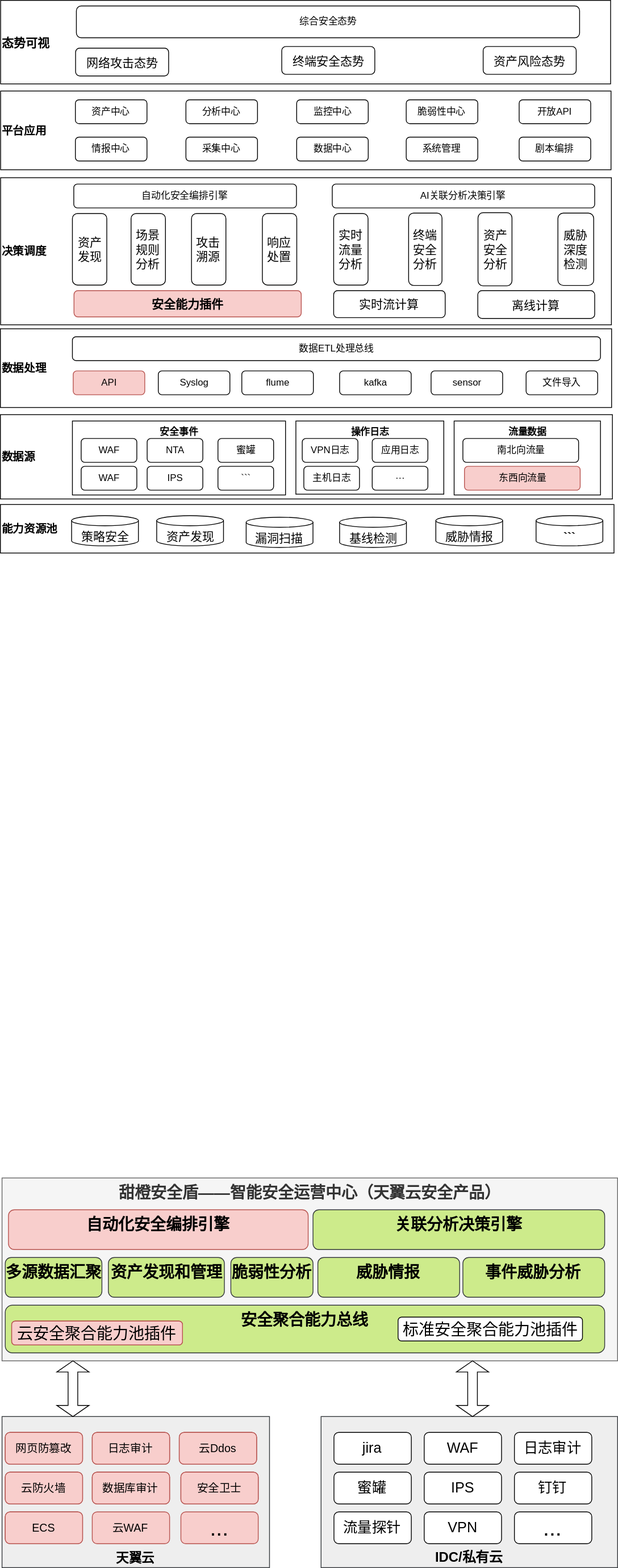
This is 安全大脑二期模块图.svg from liujianqun/draw, a draw.io export, as it was before one commit. Source tidied: cells renumbered, new cells last; positions are measured from the earlier drawing's top-left corner, leaving out a move shared by most shapes.
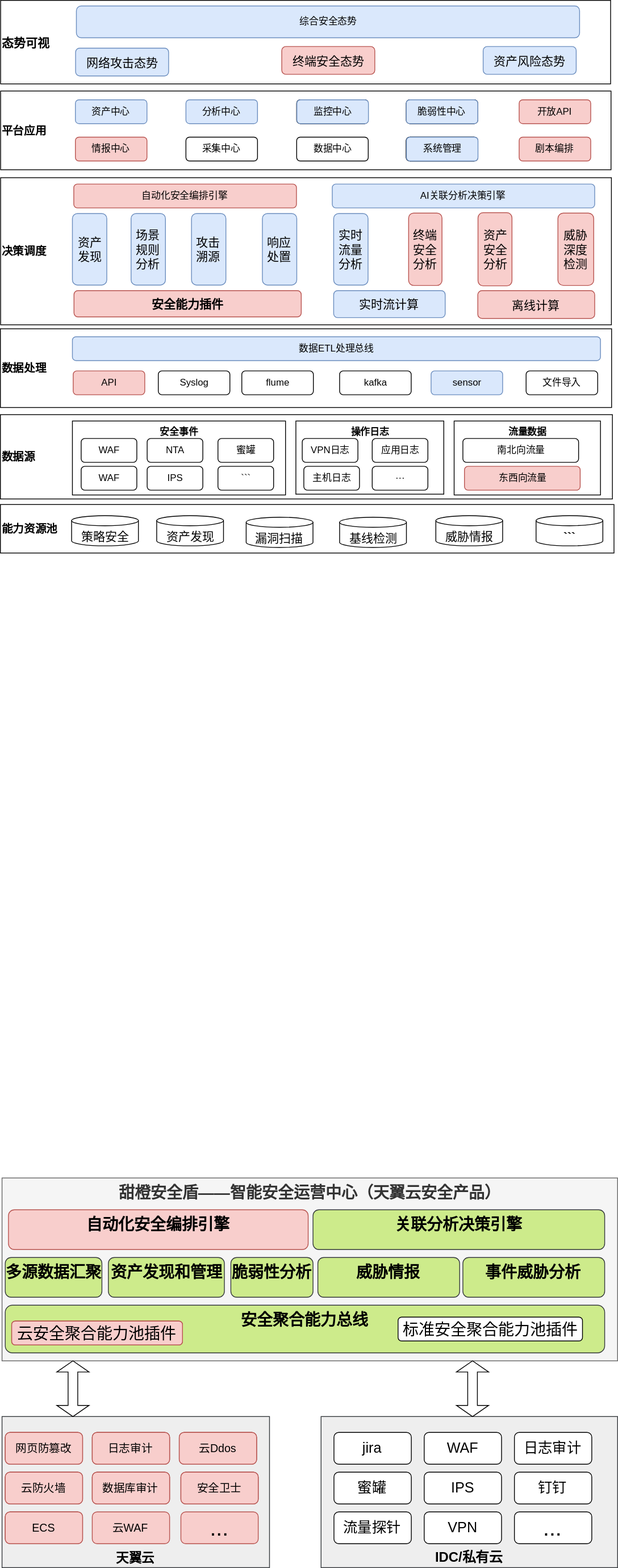
The same diagram one commit later.

Commit message:
Update 安全大脑二期模块图.svg

What changed in the source:
```diff
@@ -32,7 +32,7 @@
     <mxCell id="11" value="kafka" style="rounded=1;whiteSpace=wrap;html=1;align=center;" parent="1" vertex="1">
       <mxGeometry x="426.5" y="466" width="90" height="30" as="geometry" />
     </mxCell>
-    <mxCell id="12" value="sensor" style="rounded=1;whiteSpace=wrap;html=1;align=center;" parent="1" vertex="1">
+    <mxCell id="12" value="sensor" style="rounded=1;whiteSpace=wrap;html=1;align=center;fillColor=#dae8fc;strokeColor=#6c8ebf;" parent="1" vertex="1">
       <mxGeometry x="541.5" y="466" width="90" height="30" as="geometry" />
     </mxCell>
     <mxCell id="13" value="文件导入" style="rounded=1;whiteSpace=wrap;html=1;align=center;" parent="1" vertex="1">
@@ -230,64 +230,64 @@
     <mxCell id="77" value="东西向流量" style="rounded=1;whiteSpace=wrap;html=1;fillColor=#f8cecc;strokeColor=#b85450;" parent="1" vertex="1">
       <mxGeometry x="583.5" y="586" width="145.5" height="30" as="geometry" />
     </mxCell>
-    <mxCell id="78" value="数据ETL处理总线" style="rounded=1;whiteSpace=wrap;html=1;align=center;" parent="1" vertex="1">
+    <mxCell id="78" value="数据ETL处理总线" style="rounded=1;whiteSpace=wrap;html=1;align=center;fillColor=#dae8fc;strokeColor=#6c8ebf;" parent="1" vertex="1">
       <mxGeometry x="90.5" y="423" width="664" height="30" as="geometry" />
     </mxCell>
-    <mxCell id="79" value="自动化安全编排引擎" style="rounded=1;whiteSpace=wrap;html=1;align=center;" parent="1" vertex="1">
+    <mxCell id="79" value="自动化安全编排引擎" style="rounded=1;whiteSpace=wrap;html=1;align=center;fillColor=#f8cecc;strokeColor=#b85450;" parent="1" vertex="1">
       <mxGeometry x="92.2" y="231" width="280" height="30" as="geometry" />
     </mxCell>
-    <mxCell id="80" value="AI关联分析决策引擎" style="rounded=1;whiteSpace=wrap;html=1;align=center;" parent="1" vertex="1">
+    <mxCell id="80" value="AI关联分析决策引擎" style="rounded=1;whiteSpace=wrap;html=1;align=center;fillColor=#dae8fc;strokeColor=#6c8ebf;" parent="1" vertex="1">
       <mxGeometry x="417.2" y="231" width="330" height="30" as="geometry" />
     </mxCell>
-    <mxCell id="81" value="实时流量分析" style="rounded=1;whiteSpace=wrap;html=1;strokeWidth=1;fontSize=15;" parent="1" vertex="1">
+    <mxCell id="81" value="实时流量分析" style="rounded=1;whiteSpace=wrap;html=1;strokeWidth=1;fontSize=15;fillColor=#dae8fc;strokeColor=#6c8ebf;" parent="1" vertex="1">
       <mxGeometry x="419" y="268" width="43.2" height="90" as="geometry" />
     </mxCell>
-    <mxCell id="82" value="终端安全分析" style="rounded=1;whiteSpace=wrap;html=1;strokeWidth=1;fontSize=15;" parent="1" vertex="1">
+    <mxCell id="82" value="终端安全分析" style="rounded=1;whiteSpace=wrap;html=1;strokeWidth=1;fontSize=15;fillColor=#f8cecc;strokeColor=#b85450;" parent="1" vertex="1">
       <mxGeometry x="513.2" y="267.5" width="42" height="91" as="geometry" />
     </mxCell>
-    <mxCell id="83" value="威胁深度检测" style="rounded=1;whiteSpace=wrap;html=1;strokeWidth=1;fontSize=15;" parent="1" vertex="1">
+    <mxCell id="83" value="威胁深度检测" style="rounded=1;whiteSpace=wrap;html=1;strokeWidth=1;fontSize=15;fillColor=#f8cecc;strokeColor=#b85450;" parent="1" vertex="1">
       <mxGeometry x="701" y="267.5" width="45" height="91" as="geometry" />
     </mxCell>
-    <mxCell id="84" value="资产安全分析" style="rounded=1;whiteSpace=wrap;html=1;strokeWidth=1;fontSize=15;" parent="1" vertex="1">
+    <mxCell id="84" value="资产安全分析" style="rounded=1;whiteSpace=wrap;html=1;strokeWidth=1;fontSize=15;fillColor=#f8cecc;strokeColor=#b85450;" parent="1" vertex="1">
       <mxGeometry x="600.5" y="267" width="42.8" height="92" as="geometry" />
     </mxCell>
-    <mxCell id="85" value="实时流计算" style="rounded=1;whiteSpace=wrap;html=1;strokeWidth=1;fontSize=15;" parent="1" vertex="1">
+    <mxCell id="85" value="实时流计算" style="rounded=1;whiteSpace=wrap;html=1;strokeWidth=1;fontSize=15;fillColor=#dae8fc;strokeColor=#6c8ebf;" parent="1" vertex="1">
       <mxGeometry x="419" y="365" width="140.2" height="34" as="geometry" />
     </mxCell>
-    <mxCell id="86" value="离线计算" style="rounded=1;whiteSpace=wrap;html=1;strokeWidth=1;fontSize=15;" parent="1" vertex="1">
+    <mxCell id="86" value="离线计算" style="rounded=1;whiteSpace=wrap;html=1;strokeWidth=1;fontSize=15;fillColor=#f8cecc;strokeColor=#b85450;" parent="1" vertex="1">
       <mxGeometry x="600.2" y="365" width="147" height="35" as="geometry" />
     </mxCell>
-    <mxCell id="87" value="资产发现" style="rounded=1;whiteSpace=wrap;html=1;strokeWidth=1;fontSize=15;" parent="1" vertex="1">
+    <mxCell id="87" value="资产发现" style="rounded=1;whiteSpace=wrap;html=1;strokeWidth=1;fontSize=15;fillColor=#dae8fc;strokeColor=#6c8ebf;" parent="1" vertex="1">
       <mxGeometry x="90.5" y="268" width="43.2" height="90" as="geometry" />
     </mxCell>
-    <mxCell id="88" value="场景规则分析" style="rounded=1;whiteSpace=wrap;html=1;strokeWidth=1;fontSize=15;" parent="1" vertex="1">
+    <mxCell id="88" value="场景规则分析" style="rounded=1;whiteSpace=wrap;html=1;strokeWidth=1;fontSize=15;fillColor=#dae8fc;strokeColor=#6c8ebf;" parent="1" vertex="1">
       <mxGeometry x="164.2" y="268" width="43.2" height="90" as="geometry" />
     </mxCell>
-    <mxCell id="89" value="攻击溯源" style="rounded=1;whiteSpace=wrap;html=1;strokeWidth=1;fontSize=15;" parent="1" vertex="1">
+    <mxCell id="89" value="攻击溯源" style="rounded=1;whiteSpace=wrap;html=1;strokeWidth=1;fontSize=15;fillColor=#dae8fc;strokeColor=#6c8ebf;" parent="1" vertex="1">
       <mxGeometry x="240.2" y="268" width="43.2" height="90" as="geometry" />
     </mxCell>
-    <mxCell id="90" value="响应处置" style="rounded=1;whiteSpace=wrap;html=1;strokeWidth=1;fontSize=15;" parent="1" vertex="1">
+    <mxCell id="90" value="响应处置" style="rounded=1;whiteSpace=wrap;html=1;strokeWidth=1;fontSize=15;fillColor=#dae8fc;strokeColor=#6c8ebf;" parent="1" vertex="1">
       <mxGeometry x="329.4" y="268" width="43.2" height="90" as="geometry" />
     </mxCell>
-    <mxCell id="91" value="综合安全态势" style="rounded=1;whiteSpace=wrap;html=1;" parent="1" vertex="1">
+    <mxCell id="91" value="综合安全态势" style="rounded=1;whiteSpace=wrap;html=1;fillColor=#dae8fc;strokeColor=#6c8ebf;" parent="1" vertex="1">
       <mxGeometry x="95.5" y="7" width="632.8" height="40" as="geometry" />
     </mxCell>
-    <mxCell id="92" value="网络攻击态势" style="rounded=1;whiteSpace=wrap;html=1;strokeWidth=1;fontSize=15;" parent="1" vertex="1">
+    <mxCell id="92" value="网络攻击态势" style="rounded=1;whiteSpace=wrap;html=1;strokeWidth=1;fontSize=15;fillColor=#dae8fc;strokeColor=#6c8ebf;" parent="1" vertex="1">
       <mxGeometry x="94.5" y="60" width="117" height="35" as="geometry" />
     </mxCell>
-    <mxCell id="93" value="终端安全态势" style="rounded=1;whiteSpace=wrap;html=1;strokeWidth=1;fontSize=15;" parent="1" vertex="1">
+    <mxCell id="93" value="终端安全态势" style="rounded=1;whiteSpace=wrap;html=1;strokeWidth=1;fontSize=15;fillColor=#f8cecc;strokeColor=#b85450;" parent="1" vertex="1">
       <mxGeometry x="353.8" y="58" width="117" height="35" as="geometry" />
     </mxCell>
-    <mxCell id="94" value="资产风险态势" style="rounded=1;whiteSpace=wrap;html=1;strokeWidth=1;fontSize=15;" parent="1" vertex="1">
+    <mxCell id="94" value="资产风险态势" style="rounded=1;whiteSpace=wrap;html=1;strokeWidth=1;fontSize=15;fillColor=#dae8fc;strokeColor=#6c8ebf;" parent="1" vertex="1">
       <mxGeometry x="607" y="58" width="117" height="35" as="geometry" />
     </mxCell>
-    <mxCell id="95" value="资产中心" style="rounded=1;whiteSpace=wrap;html=1;align=center;" parent="1" vertex="1">
+    <mxCell id="95" value="资产中心" style="rounded=1;whiteSpace=wrap;html=1;align=center;fillColor=#dae8fc;strokeColor=#6c8ebf;" parent="1" vertex="1">
       <mxGeometry x="94.2" y="125" width="90" height="30" as="geometry" />
     </mxCell>
-    <mxCell id="96" value="情报中心" style="rounded=1;whiteSpace=wrap;html=1;align=center;" parent="1" vertex="1">
+    <mxCell id="96" value="情报中心" style="rounded=1;whiteSpace=wrap;html=1;align=center;fillColor=#f8cecc;strokeColor=#b85450;" parent="1" vertex="1">
       <mxGeometry x="94.2" y="172" width="90" height="30" as="geometry" />
     </mxCell>
-    <mxCell id="97" value="分析中心" style="rounded=1;whiteSpace=wrap;html=1;align=center;" parent="1" vertex="1">
+    <mxCell id="97" value="分析中心" style="rounded=1;whiteSpace=wrap;html=1;align=center;fillColor=#dae8fc;strokeColor=#6c8ebf;" parent="1" vertex="1">
       <mxGeometry x="233.2" y="125" width="90" height="30" as="geometry" />
     </mxCell>
     <mxCell id="98" value="采集中心" style="rounded=1;whiteSpace=wrap;html=1;align=center;" parent="1" vertex="1">
@@ -305,11 +305,23 @@
     <mxCell id="102" value="系统管理" style="rounded=1;whiteSpace=wrap;html=1;align=center;" parent="1" vertex="1">
       <mxGeometry x="510.2" y="172" width="90" height="30" as="geometry" />
     </mxCell>
-    <mxCell id="103" value="开放API" style="rounded=1;whiteSpace=wrap;html=1;align=center;" parent="1" vertex="1">
+    <mxCell id="103" value="开放API" style="rounded=1;whiteSpace=wrap;html=1;align=center;fillColor=#f8cecc;strokeColor=#b85450;" parent="1" vertex="1">
       <mxGeometry x="652.2" y="125" width="90" height="30" as="geometry" />
     </mxCell>
-    <mxCell id="104" value="剧本编排" style="rounded=1;whiteSpace=wrap;html=1;align=center;" parent="1" vertex="1">
+    <mxCell id="104" value="剧本编排" style="rounded=1;whiteSpace=wrap;html=1;align=center;fillColor=#f8cecc;strokeColor=#b85450;" parent="1" vertex="1">
       <mxGeometry x="652.2" y="172" width="90" height="30" as="geometry" />
     </mxCell>
+    <mxCell id="105" value="脆弱性中心" style="rounded=1;whiteSpace=wrap;html=1;align=center;fillColor=#dae8fc;strokeColor=#6c8ebf;" parent="1" vertex="1">
+      <mxGeometry x="510.2" y="125" width="90" height="30" as="geometry" />
+    </mxCell>
+    <mxCell id="106" value="系统管理" style="rounded=1;whiteSpace=wrap;html=1;align=center;" parent="1" vertex="1">
+      <mxGeometry x="510.2" y="172" width="90" height="30" as="geometry" />
+    </mxCell>
+    <mxCell id="107" value="系统管理" style="rounded=1;whiteSpace=wrap;html=1;align=center;fillColor=#dae8fc;strokeColor=#6c8ebf;" parent="1" vertex="1">
+      <mxGeometry x="510.5" y="172" width="90" height="30" as="geometry" />
+    </mxCell>
+    <mxCell id="108" value="监控中心" style="rounded=1;whiteSpace=wrap;html=1;align=center;fillColor=#dae8fc;strokeColor=#6c8ebf;" parent="1" vertex="1">
+      <mxGeometry x="372.8" y="125" width="90" height="30" as="geometry" />
+    </mxCell>
   </root>
 </mxGraphModel>
```
